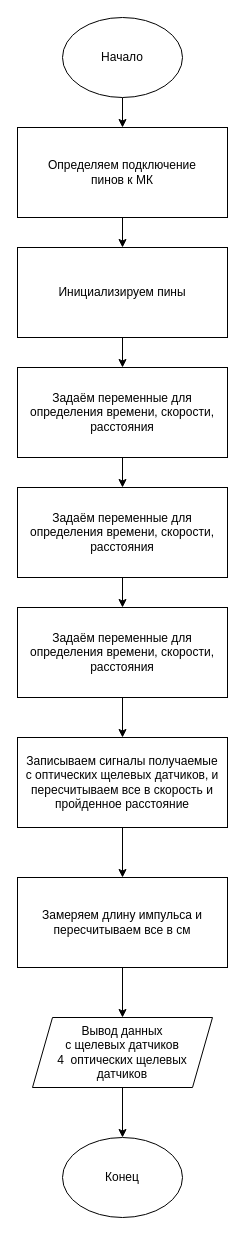
Earlier version of the draw.io diagram Наработки/Блок-схемы/Untitled Diagram 3.drawio (AlexRussellGit/VKR---Russell-Alexander). Source tidied: cells renumbered, new cells numbered last; positions are measured from the earlier drawing's top-left corner, leaving out a move shared by most shapes. Both pictures are drawn from the tidied source at 100%, with x=0, y=0 at pixel (17, 17).
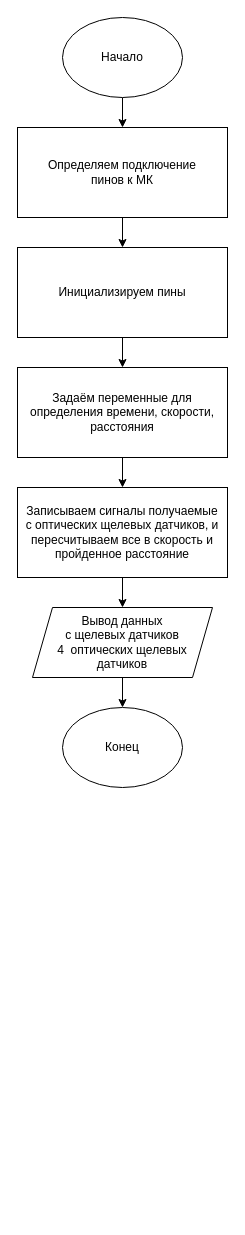
The same page after the edit.

Unchanged cells that the change refers to:
```xml
<mxCell id="9" value="Задаём переменные для определения времени, cкорости, расстояния" style="rounded=0;whiteSpace=wrap;html=1;" parent="1" vertex="1">
  <mxGeometry y="350" width="210" height="90" as="geometry" />
</mxCell>
```

The edit, as a diff of the source:
```diff
@@
-    <mxCell id="8" style="edgeStyle=orthogonalEdgeStyle;rounded=0;jettySize=auto;html=1;exitX=0.5;exitY=1;exitDx=0;exitDy=0;" parent="1" edge="1" source="9">
-      <mxGeometry relative="1" as="geometry">
-        <mxPoint x="105" y="470" as="targetPoint" />
-      </mxGeometry>
-    </mxCell>
+    <mxCell id="22" style="edgeStyle=orthogonalEdgeStyle;rounded=0;jettySize=auto;html=1;" parent="1" edge="1" source="9" target="21">
+      <mxGeometry relative="1" as="geometry" />
+    </mxCell>
@@
-    <mxCell id="10" style="edgeStyle=orthogonalEdgeStyle;rounded=0;jettySize=auto;html=1;" parent="1" edge="1" target="12">
-      <mxGeometry relative="1" as="geometry">
-        <mxPoint x="119" y="940" as="sourcePoint" />
-      </mxGeometry>
-    </mxCell>
-    <mxCell id="11" style="edgeStyle=orthogonalEdgeStyle;rounded=0;jettySize=auto;html=1;" parent="1" edge="1" source="12" target="14">
-      <mxGeometry relative="1" as="geometry" />
-    </mxCell>
-    <mxCell id="12" value="Замеряем длину импульса и&lt;br&gt;пересчитываем все в см" style="rounded=0;whiteSpace=wrap;html=1;" parent="1" vertex="1">
-      <mxGeometry y="860" width="210" height="90" as="geometry" />
-    </mxCell>
@@
     <mxCell id="14" value="Вывод данных &lt;br&gt;с щелевых датчиков 4&amp;nbsp;&amp;nbsp;оптических щелевых датчиков" style="shape=parallelogram;perimeter=parallelogramPerimeter;whiteSpace=wrap;html=1;fixedSize=1;" parent="1" vertex="1">
-      <mxGeometry x="15" y="1000" width="180" height="70" as="geometry" />
+      <mxGeometry x="15" y="590" width="180" height="70" as="geometry" />
     </mxCell>
     <mxCell id="15" value="Конец" style="ellipse;whiteSpace=wrap;html=1;" parent="1" vertex="1">
-      <mxGeometry x="45" y="1120" width="120" height="80" as="geometry" />
+      <mxGeometry x="45" y="690" width="120" height="80" as="geometry" />
     </mxCell>
-    <mxCell id="16" value="Задаём переменные для определения времени, cкорости, расстояния" style="rounded=0;whiteSpace=wrap;html=1;" parent="1" vertex="1">
-      <mxGeometry y="470" width="210" height="90" as="geometry" />
-    </mxCell>
-    <mxCell id="17" style="endArrow=classic;html=1;rounded=0;exitX=0.5;exitY=1;exitDx=0;exitDy=0;entryX=0.5;entryY=0;entryDx=0;entryDy=0;" parent="1" edge="1" source="16">
-      <mxGeometry relative="1" as="geometry">
-        <mxPoint x="105" y="590" as="targetPoint" />
-      </mxGeometry>
-    </mxCell>
-    <mxCell id="18" style="edgeStyle=orthogonalEdgeStyle;rounded=0;jettySize=auto;html=1;" parent="1" edge="1" source="19" target="21">
-      <mxGeometry relative="1" as="geometry" />
-    </mxCell>
-    <mxCell id="19" value="Задаём переменные для определения времени, cкорости, расстояния" style="rounded=0;whiteSpace=wrap;html=1;" parent="1" vertex="1">
-      <mxGeometry y="590" width="210" height="90" as="geometry" />
-    </mxCell>
-    <mxCell id="20" style="edgeStyle=orthogonalEdgeStyle;rounded=0;jettySize=auto;html=1;" parent="1" edge="1" source="21" target="12">
-      <mxGeometry relative="1" as="geometry" />
-    </mxCell>
+    <mxCell id="23" style="edgeStyle=orthogonalEdgeStyle;rounded=0;jettySize=auto;html=1;" parent="1" edge="1" source="21" target="14">
+      <mxGeometry relative="1" as="geometry" />
+    </mxCell>
     <mxCell id="21" value="Записываем сигналы получаемые &lt;br&gt;с оптических щелевых датчиков, и пересчитываем все в скорость и пройденное расстояние" style="rounded=0;whiteSpace=wrap;html=1;" parent="1" vertex="1">
-      <mxGeometry y="720" width="210" height="90" as="geometry" />
+      <mxGeometry y="470" width="210" height="90" as="geometry" />
     </mxCell>
```
